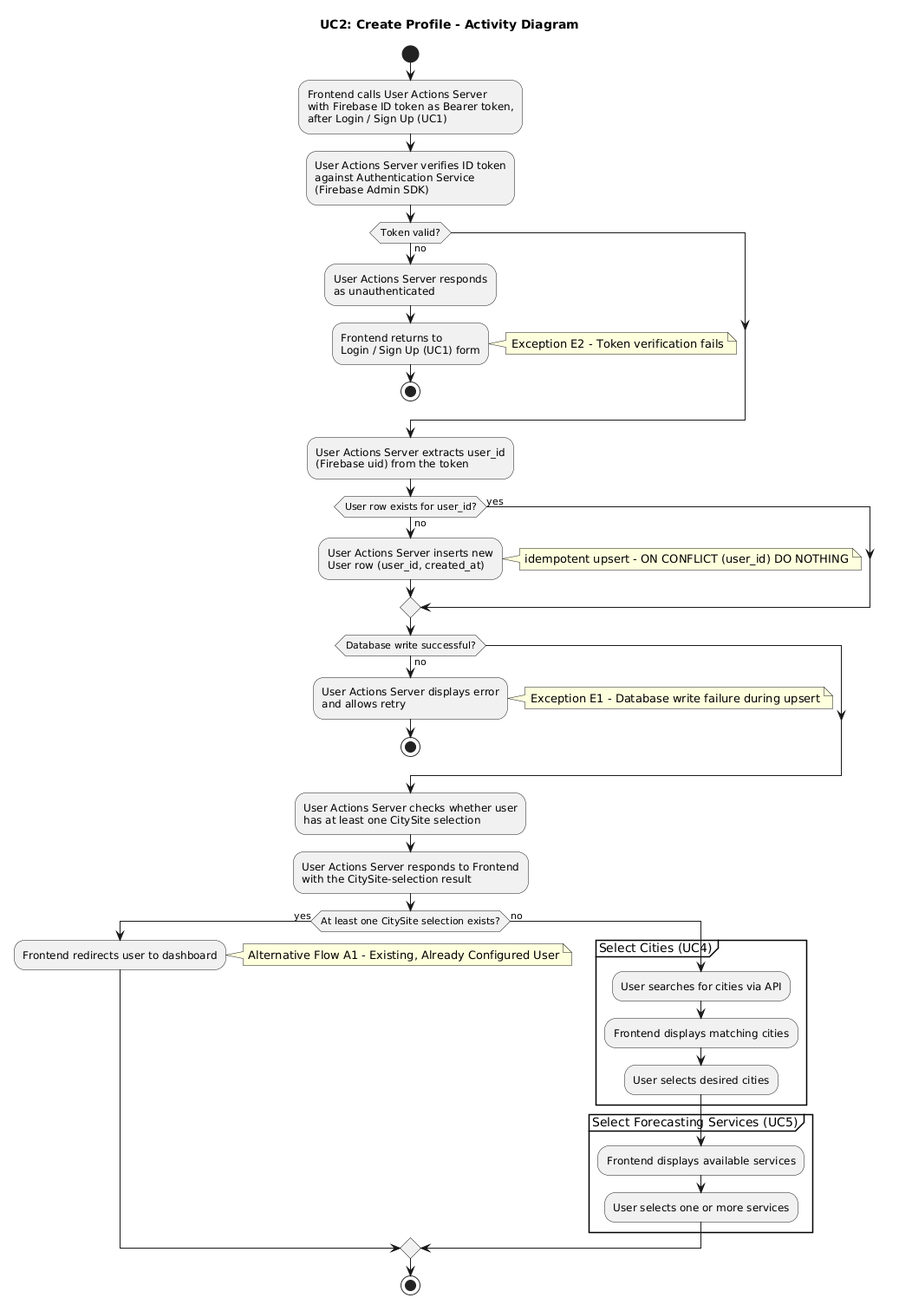
ManosMorf97/Weather-Forecasts-AI-Remastered keeps this PlantUML diagram as requirements/activity_diagrams/UC2_Create_Profile.png. Above is the earlier version.
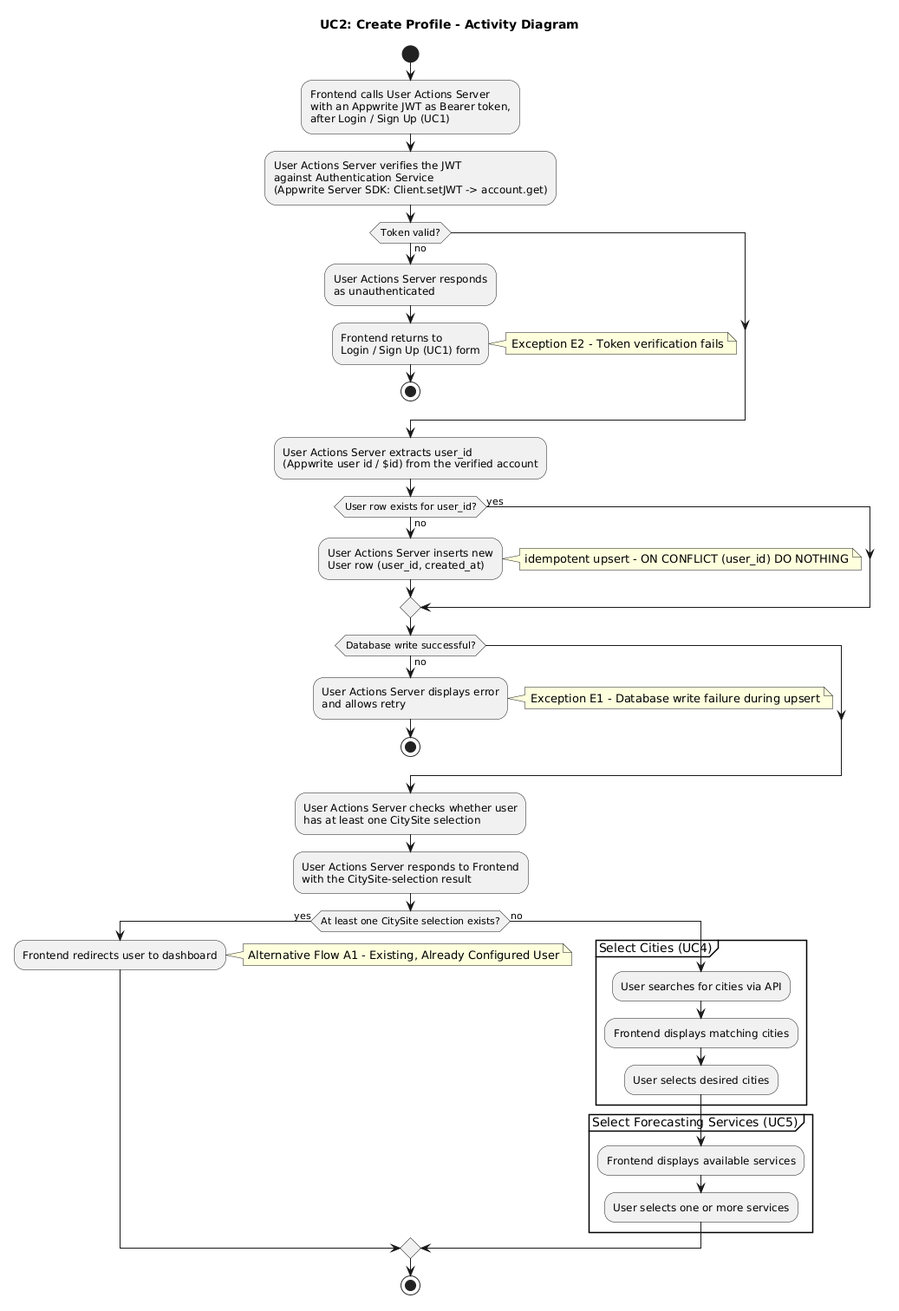
Later version of the same file.

Change to the diagram source:
```diff
@@ -3,12 +3,12 @@
 
 start
 :Frontend calls User Actions Server
-with Firebase ID token as Bearer token,
+with an Appwrite JWT as Bearer token,
 after Login / Sign Up (UC1);
 
-:User Actions Server verifies ID token
+:User Actions Server verifies the JWT
 against Authentication Service
-(Firebase Admin SDK);
+(Appwrite Server SDK: Client.setJWT -> account.get);
 
 if (Token valid?) then (no)
   :User Actions Server responds
@@ -20,7 +20,7 @@
 endif
 
 :User Actions Server extracts user_id
-(Firebase uid) from the token;
+(Appwrite user id / $id) from the verified account;
 
 if (User row exists for user_id?) then (yes)
 else (no)
```
